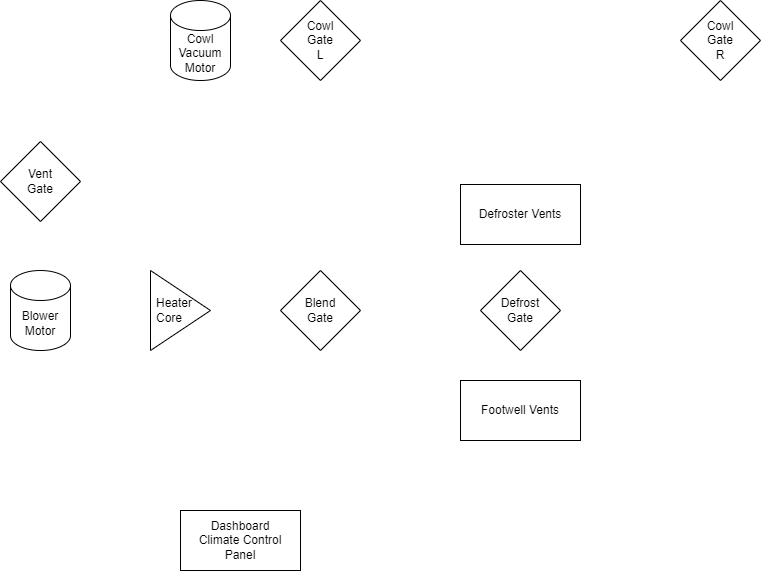
Before: Diagrams/Climate Control System.png, a diagram exported from draw.io (nilchaos/Project-Baryonyx). Source tidied: cells renumbered, new cells last; positions are measured from the earlier drawing's top-left corner, leaving out a move shared by most shapes.
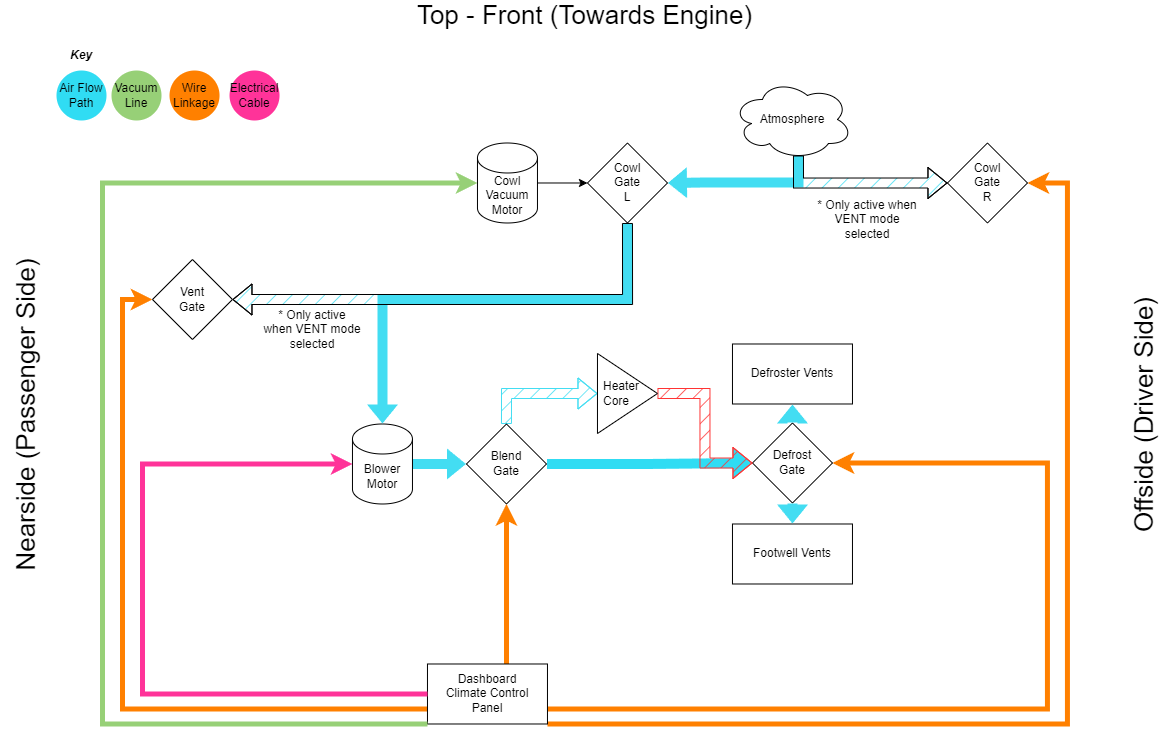
After the change.

Commit message:
Updated Climate Controls

What changed in the source:
```diff
@@ -2,38 +2,165 @@
   <root>
     <mxCell id="0" />
     <mxCell id="1" parent="0" />
+    <mxCell id="13" style="edgeStyle=orthogonalEdgeStyle;rounded=0;jettySize=auto;html=1;exitX=0;exitY=0.75;exitDx=0;exitDy=0;entryX=0;entryY=0.5;entryDx=0;entryDy=0;strokeColor=#FF8000;strokeWidth=5;" parent="1" edge="1" source="2" target="5">
+      <mxGeometry relative="1" as="geometry">
+        <Array as="points">
+          <mxPoint x="42" y="579" />
+          <mxPoint x="42" y="170" />
+        </Array>
+      </mxGeometry>
+    </mxCell>
+    <mxCell id="14" style="edgeStyle=orthogonalEdgeStyle;rounded=0;jettySize=auto;html=1;exitX=1;exitY=1;exitDx=0;exitDy=0;entryX=1;entryY=0.5;entryDx=0;entryDy=0;strokeWidth=5;strokeColor=#FF8000;" parent="1" edge="1" source="2" target="9">
+      <mxGeometry relative="1" as="geometry">
+        <Array as="points">
+          <mxPoint x="987" y="594.5" />
+          <mxPoint x="987" y="53.5" />
+        </Array>
+      </mxGeometry>
+    </mxCell>
+    <mxCell id="15" style="edgeStyle=orthogonalEdgeStyle;rounded=0;jettySize=auto;html=1;exitX=1;exitY=0.75;exitDx=0;exitDy=0;entryX=1;entryY=0.5;entryDx=0;entryDy=0;strokeColor=#FF8000;strokeWidth=5;" parent="1" edge="1" source="2" target="3">
+      <mxGeometry relative="1" as="geometry">
+        <Array as="points">
+          <mxPoint x="967" y="579" />
+          <mxPoint x="967" y="333" />
+        </Array>
+      </mxGeometry>
+    </mxCell>
+    <mxCell id="16" style="edgeStyle=orthogonalEdgeStyle;rounded=0;jettySize=auto;html=1;exitX=0.675;exitY=0.008;exitDx=0;exitDy=0;entryX=0.5;entryY=1;entryDx=0;entryDy=0;strokeColor=#FF8000;strokeWidth=5;exitPerimeter=0;" parent="1" edge="1" source="2" target="4">
+      <mxGeometry relative="1" as="geometry">
+        <Array as="points">
+          <mxPoint x="426" y="535" />
+        </Array>
+      </mxGeometry>
+    </mxCell>
     <mxCell id="2" value="Dashboard&lt;div&gt;Climate Control&lt;/div&gt;&lt;div&gt;Panel&lt;/div&gt;" style="rounded=0;whiteSpace=wrap;html=1;" parent="1" vertex="1">
-      <mxGeometry x="180" y="510" width="120" height="60" as="geometry" />
+      <mxGeometry x="347" y="534.5" width="120" height="60" as="geometry" />
     </mxCell>
     <mxCell id="3" value="Defrost&lt;div&gt;Gate&lt;/div&gt;" style="rhombus;whiteSpace=wrap;html=1;" parent="1" vertex="1">
-      <mxGeometry x="480" y="270" width="80" height="80" as="geometry" />
+      <mxGeometry x="672" y="293.5" width="80" height="80" as="geometry" />
     </mxCell>
+    <mxCell id="17" style="edgeStyle=orthogonalEdgeStyle;shape=flexArrow;rounded=0;jettySize=auto;html=1;exitX=1;exitY=0.5;exitDx=0;exitDy=0;entryX=0;entryY=0.5;entryDx=0;entryDy=0;strokeColor=none;fillColor=#30dcf3;" parent="1" edge="1" source="4" target="3">
+      <mxGeometry relative="1" as="geometry" />
+    </mxCell>
+    <mxCell id="18" style="edgeStyle=orthogonalEdgeStyle;shape=flexArrow;rounded=0;jettySize=auto;html=1;exitX=0.5;exitY=0;exitDx=0;exitDy=0;entryX=0;entryY=0.5;entryDx=0;entryDy=0;fillColor=#43ddf2;strokeColor=#43ddf2;fillStyle=hatch;" parent="1" edge="1" source="4" target="10">
+      <mxGeometry relative="1" as="geometry" />
+    </mxCell>
     <mxCell id="4" value="Blend&lt;div&gt;Gate&lt;/div&gt;" style="rhombus;whiteSpace=wrap;html=1;" parent="1" vertex="1">
-      <mxGeometry x="280" y="270" width="80" height="80" as="geometry" />
+      <mxGeometry x="386" y="294.5" width="80" height="80" as="geometry" />
     </mxCell>
     <mxCell id="5" value="Vent&lt;div&gt;Gate&lt;/div&gt;" style="rhombus;whiteSpace=wrap;html=1;" parent="1" vertex="1">
-      <mxGeometry y="141" width="80" height="80" as="geometry" />
+      <mxGeometry x="72" y="130" width="80" height="80" as="geometry" />
     </mxCell>
     <mxCell id="6" value="Blower&lt;div&gt;Motor&lt;/div&gt;" style="shape=cylinder3;whiteSpace=wrap;html=1;boundedLbl=1;backgroundOutline=1;size=15;" parent="1" vertex="1">
-      <mxGeometry x="10" y="270" width="60" height="80" as="geometry" />
+      <mxGeometry x="272" y="294.5" width="60" height="80" as="geometry" />
     </mxCell>
+    <mxCell id="19" style="edgeStyle=orthogonalEdgeStyle;rounded=0;jettySize=auto;html=1;exitX=1;exitY=0.5;exitDx=0;exitDy=0;exitPerimeter=0;entryX=0;entryY=0.5;entryDx=0;entryDy=0;" parent="1" edge="1" source="7" target="8">
+      <mxGeometry relative="1" as="geometry" />
+    </mxCell>
     <mxCell id="7" value="&lt;div&gt;Cowl&lt;/div&gt;Vacuum&lt;div&gt;Motor&lt;/div&gt;" style="shape=cylinder3;whiteSpace=wrap;html=1;boundedLbl=1;backgroundOutline=1;size=15;" parent="1" vertex="1">
-      <mxGeometry x="170" width="60" height="80" as="geometry" />
+      <mxGeometry x="397" y="13.5" width="60" height="80" as="geometry" />
     </mxCell>
     <mxCell id="8" value="Cowl&lt;div&gt;Gate&lt;/div&gt;&lt;div&gt;L&lt;/div&gt;" style="rhombus;whiteSpace=wrap;html=1;" parent="1" vertex="1">
-      <mxGeometry x="280" width="80" height="80" as="geometry" />
+      <mxGeometry x="507" y="13.5" width="80" height="80" as="geometry" />
     </mxCell>
     <mxCell id="9" value="Cowl&lt;div&gt;Gate&lt;/div&gt;&lt;div&gt;R&lt;/div&gt;" style="rhombus;whiteSpace=wrap;html=1;" parent="1" vertex="1">
-      <mxGeometry x="680" width="80" height="80" as="geometry" />
+      <mxGeometry x="867" y="13.5" width="80" height="80" as="geometry" />
     </mxCell>
+    <mxCell id="20" style="edgeStyle=orthogonalEdgeStyle;shape=flexArrow;rounded=0;jettySize=auto;html=1;exitX=1;exitY=0.5;exitDx=0;exitDy=0;entryX=0;entryY=0.5;entryDx=0;entryDy=0;fillColor=#FF3333;strokeColor=#FF3333;fillStyle=hatch;" parent="1" edge="1" source="10" target="3">
+      <mxGeometry relative="1" as="geometry" />
+    </mxCell>
     <mxCell id="10" value="Heater&lt;div&gt;Core&lt;/div&gt;" style="triangle;whiteSpace=wrap;html=1;align=left;spacingLeft=4;" parent="1" vertex="1">
-      <mxGeometry x="150" y="270" width="60" height="80" as="geometry" />
+      <mxGeometry x="517" y="224" width="60" height="80" as="geometry" />
     </mxCell>
     <mxCell id="11" value="Defroster Vents" style="rounded=0;whiteSpace=wrap;html=1;" parent="1" vertex="1">
-      <mxGeometry x="460" y="184" width="120" height="60" as="geometry" />
+      <mxGeometry x="652" y="214.5" width="120" height="60" as="geometry" />
     </mxCell>
     <mxCell id="12" value="Footwell Vents" style="rounded=0;whiteSpace=wrap;html=1;" parent="1" vertex="1">
-      <mxGeometry x="460" y="380" width="120" height="60" as="geometry" />
+      <mxGeometry x="652" y="394.5" width="120" height="60" as="geometry" />
     </mxCell>
+    <mxCell id="21" value="Top - Front (Towards Engine)" style="text;strokeColor=none;align=center;fillColor=none;html=1;verticalAlign=middle;whiteSpace=wrap;rounded=0;fontSize=26;" parent="1" vertex="1">
+      <mxGeometry x="319" y="-129" width="371" height="30" as="geometry" />
+    </mxCell>
+    <mxCell id="22" value="Offside (Driver Side)" style="text;strokeColor=none;align=center;fillColor=none;html=1;verticalAlign=middle;whiteSpace=wrap;rounded=0;fontSize=26;horizontal=0;" parent="1" vertex="1">
+      <mxGeometry x="1038" y="-50" width="51" height="670" as="geometry" />
+    </mxCell>
+    <mxCell id="23" value="Nearside (Passenger Side)" style="text;strokeColor=none;align=center;fillColor=none;html=1;verticalAlign=middle;whiteSpace=wrap;rounded=0;fontSize=26;horizontal=0;direction=west;" parent="1" vertex="1">
+      <mxGeometry x="-80" y="-50" width="51" height="670" as="geometry" />
+    </mxCell>
+    <mxCell id="24" style="edgeStyle=orthogonalEdgeStyle;rounded=0;jettySize=auto;html=1;exitX=0;exitY=1;exitDx=0;exitDy=0;entryX=0;entryY=0.5;entryDx=0;entryDy=0;entryPerimeter=0;strokeColor=#97D077;strokeWidth=5;" parent="1" edge="1" source="2" target="7">
+      <mxGeometry relative="1" as="geometry">
+        <Array as="points">
+          <mxPoint x="22" y="595" />
+          <mxPoint x="22" y="53" />
+        </Array>
+      </mxGeometry>
+    </mxCell>
+    <mxCell id="25" style="edgeStyle=orthogonalEdgeStyle;rounded=0;jettySize=auto;html=1;exitX=0;exitY=0.5;exitDx=0;exitDy=0;entryX=0;entryY=0.5;entryDx=0;entryDy=0;entryPerimeter=0;strokeColor=#FF3399;strokeWidth=5;" parent="1" edge="1" source="2" target="6">
+      <mxGeometry relative="1" as="geometry">
+        <Array as="points">
+          <mxPoint x="62" y="565" />
+          <mxPoint x="62" y="335" />
+        </Array>
+      </mxGeometry>
+    </mxCell>
+    <mxCell id="26" style="edgeStyle=orthogonalEdgeStyle;shape=flexArrow;rounded=0;jettySize=auto;html=1;entryX=0;entryY=0.5;entryDx=0;entryDy=0;fillColor=#43ddf2;strokeColor=none;exitX=1;exitY=0.5;exitDx=0;exitDy=0;exitPerimeter=0;" parent="1" edge="1" source="6" target="4">
+      <mxGeometry relative="1" as="geometry" />
+    </mxCell>
+    <mxCell id="27" style="edgeStyle=orthogonalEdgeStyle;shape=flexArrow;rounded=0;jettySize=auto;html=1;entryX=0.5;entryY=1;entryDx=0;entryDy=0;fillColor=#43ddf2;strokeColor=none;exitX=0.5;exitY=0;exitDx=0;exitDy=0;" parent="1" edge="1" source="3" target="11">
+      <mxGeometry relative="1" as="geometry" />
+    </mxCell>
+    <mxCell id="28" style="edgeStyle=orthogonalEdgeStyle;shape=flexArrow;rounded=0;jettySize=auto;html=1;entryX=0.5;entryY=0;entryDx=0;entryDy=0;fillColor=#43ddf2;strokeColor=none;" parent="1" edge="1" source="3" target="12">
+      <mxGeometry relative="1" as="geometry" />
+    </mxCell>
+    <mxCell id="29" value="Atmosphere" style="ellipse;shape=cloud;whiteSpace=wrap;html=1;" parent="1" vertex="1">
+      <mxGeometry x="652" y="-50" width="120" height="80" as="geometry" />
+    </mxCell>
+    <mxCell id="30" style="edgeStyle=orthogonalEdgeStyle;shape=flexArrow;rounded=0;jettySize=auto;html=1;entryX=1;entryY=0.5;entryDx=0;entryDy=0;fillColor=#43ddf2;strokeColor=none;exitX=0.55;exitY=0.95;exitDx=0;exitDy=0;exitPerimeter=0;" parent="1" edge="1" source="29" target="8">
+      <mxGeometry relative="1" as="geometry">
+        <Array as="points">
+          <mxPoint x="718" y="53" />
+          <mxPoint x="620" y="53" />
+        </Array>
+      </mxGeometry>
+    </mxCell>
+    <mxCell id="31" style="edgeStyle=orthogonalEdgeStyle;shape=flexArrow;rounded=0;jettySize=auto;html=1;entryX=0;entryY=0.5;entryDx=0;entryDy=0;fillColor=#43ddf2;strokeColor=default;exitX=0.55;exitY=0.95;exitDx=0;exitDy=0;exitPerimeter=0;fillStyle=hatch;" parent="1" edge="1" source="29" target="9">
+      <mxGeometry relative="1" as="geometry">
+        <Array as="points">
+          <mxPoint x="718" y="54" />
+        </Array>
+      </mxGeometry>
+    </mxCell>
+    <mxCell id="32" style="edgeStyle=orthogonalEdgeStyle;shape=flexArrow;rounded=0;jettySize=auto;html=1;entryX=0.5;entryY=0;entryDx=0;entryDy=0;fillColor=#43ddf2;strokeColor=none;exitX=0.5;exitY=1;exitDx=0;exitDy=0;entryPerimeter=0;" parent="1" edge="1" source="8" target="6">
+      <mxGeometry relative="1" as="geometry">
+        <Array as="points">
+          <mxPoint x="547" y="170" />
+          <mxPoint x="302" y="170" />
+        </Array>
+      </mxGeometry>
+    </mxCell>
+    <mxCell id="33" style="edgeStyle=orthogonalEdgeStyle;shape=flexArrow;rounded=0;jettySize=auto;html=1;entryX=1;entryY=0.5;entryDx=0;entryDy=0;fillColor=#43ddf2;strokeColor=default;exitX=0.5;exitY=1;exitDx=0;exitDy=0;fillStyle=hatch;" parent="1" edge="1" source="8" target="5">
+      <mxGeometry relative="1" as="geometry" />
+    </mxCell>
+    <mxCell id="34" value="* Only active when VENT mode selected" style="text;html=1;align=center;verticalAlign=middle;whiteSpace=wrap;rounded=0;" parent="1" vertex="1">
+      <mxGeometry x="732" y="70" width="110" height="40" as="geometry" />
+    </mxCell>
+    <mxCell id="35" value="* Only active when VENT mode selected" style="text;html=1;align=center;verticalAlign=middle;whiteSpace=wrap;rounded=0;" parent="1" vertex="1">
+      <mxGeometry x="182" y="180" width="100" height="40" as="geometry" />
+    </mxCell>
+    <mxCell id="36" value="Key" style="text;html=1;align=center;verticalAlign=middle;whiteSpace=wrap;rounded=0;fontStyle=3;" parent="1" vertex="1">
+      <mxGeometry x="-29" y="-89" width="60" height="30" as="geometry" />
+    </mxCell>
+    <mxCell id="37" value="Air Flow Path" style="ellipse;whiteSpace=wrap;html=1;fontColor=#000000;fillColor=#30dcf3;strokeColor=none;" parent="1" vertex="1">
+      <mxGeometry x="-24" y="-59" width="50" height="50" as="geometry" />
+    </mxCell>
+    <mxCell id="38" value="Vacuum Line" style="ellipse;whiteSpace=wrap;html=1;fontColor=#000000;fillColor=#97D077;strokeColor=none;" parent="1" vertex="1">
+      <mxGeometry x="31" y="-59" width="50" height="50" as="geometry" />
+    </mxCell>
+    <mxCell id="39" value="Wire Linkage" style="ellipse;whiteSpace=wrap;html=1;fontColor=#000000;fillColor=#FF8000;strokeColor=none;" parent="1" vertex="1">
+      <mxGeometry x="89" y="-59" width="50" height="50" as="geometry" />
+    </mxCell>
+    <mxCell id="40" value="Electrical Cable" style="ellipse;whiteSpace=wrap;html=1;fontColor=#000000;fillColor=#FF3399;strokeColor=none;" parent="1" vertex="1">
+      <mxGeometry x="149" y="-59" width="50" height="50" as="geometry" />
+    </mxCell>
   </root>
 </mxGraphModel>
```
